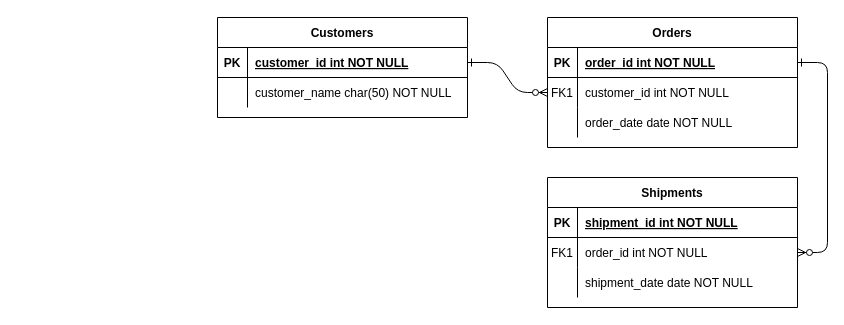
Before: stage-02-django/Untitled Diagram.drawio in ikeasamoahansah/HNGx-internship, a draw.io diagram. Source tidied: cells renumbered, new cells numbered last; positions are measured from the earlier drawing's top-left corner, leaving out a move shared by most shapes. Both pictures are drawn from the tidied source at 100%, with x=0, y=0 at pixel (217, 17).
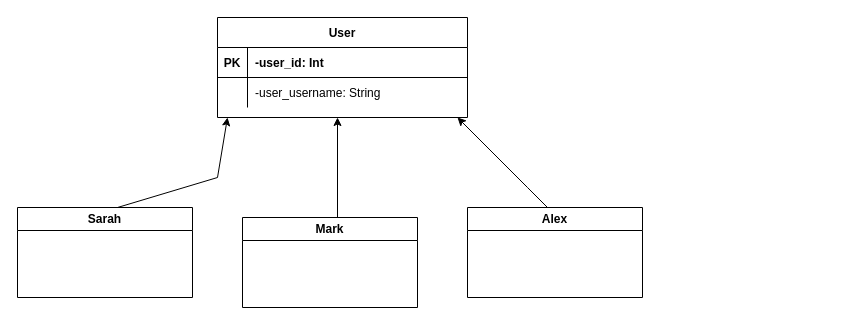
Above is the later version.

Unchanged cells that the change refers to:
```xml
<mxCell id="25" style="shape=partialRectangle;fillColor=none;points=[[0,0.5],[1,0.5]];portConstraint=eastwest;top=0;left=0;right=0;bottom=1;" parent="24" vertex="1">
  <mxGeometry y="30" width="250" height="30" as="geometry" />
</mxCell>
<mxCell id="28" style="shape=partialRectangle;fillColor=none;top=0;left=0;right=0;bottom=0;" parent="24" vertex="1">
  <mxGeometry y="60" width="250" height="30" as="geometry" />
</mxCell>
```

Diff of the diagram source:
```diff
@@
-    <mxCell id="2" style="edgeStyle=entityRelationEdgeStyle;endArrow=ERzeroToMany;startArrow=ERone;endFill=1;startFill=0;" parent="1" edge="1" source="25" target="8">
-      <mxGeometry relative="1" as="geometry" />
-    </mxCell>
-    <mxCell id="3" style="edgeStyle=entityRelationEdgeStyle;endArrow=ERzeroToMany;startArrow=ERone;endFill=1;startFill=0;" parent="1" edge="1" source="5" target="18">
-      <mxGeometry relative="1" as="geometry" />
-    </mxCell>
-    <mxCell id="4" value="Orders" style="shape=table;startSize=30;childLayout=tableLayout;rowLines=0;fontStyle=1;align=center;" parent="1" vertex="1">
-      <mxGeometry x="330" width="250" height="130" as="geometry" />
-    </mxCell>
-    <mxCell id="5" style="shape=partialRectangle;fillColor=none;points=[[0,0.5],[1,0.5]];portConstraint=eastwest;top=0;left=0;right=0;bottom=1;" parent="4" vertex="1">
-      <mxGeometry y="30" width="250" height="30" as="geometry" />
-    </mxCell>
-    <mxCell id="6" value="PK" style="shape=partialRectangle;overflow=hidden;fillColor=none;top=0;left=0;bottom=0;right=0;fontStyle=1;" parent="5" vertex="1">
-      <mxGeometry width="30" height="30" as="geometry" />
-    </mxCell>
-    <mxCell id="7" value="order_id int NOT NULL " style="shape=partialRectangle;overflow=hidden;fillColor=none;top=0;left=0;bottom=0;right=0;align=left;spacingLeft=6;fontStyle=5;" parent="5" vertex="1">
-      <mxGeometry x="30" width="220" height="30" as="geometry" />
-    </mxCell>
-    <mxCell id="8" style="shape=partialRectangle;fillColor=none;points=[[0,0.5],[1,0.5]];portConstraint=eastwest;top=0;left=0;right=0;bottom=0;" parent="4" vertex="1">
-      <mxGeometry y="60" width="250" height="30" as="geometry" />
-    </mxCell>
-    <mxCell id="9" value="FK1" style="shape=partialRectangle;overflow=hidden;fillColor=none;top=0;left=0;bottom=0;right=0;" parent="8" vertex="1">
-      <mxGeometry width="30" height="30" as="geometry" />
-    </mxCell>
-    <mxCell id="10" value="customer_id int NOT NULL" style="shape=partialRectangle;overflow=hidden;fillColor=none;top=0;left=0;bottom=0;right=0;align=left;spacingLeft=6;" parent="8" vertex="1">
-      <mxGeometry x="30" width="220" height="30" as="geometry" />
-    </mxCell>
-    <mxCell id="11" style="shape=partialRectangle;fillColor=none;top=0;left=0;right=0;bottom=0;" parent="4" vertex="1">
-      <mxGeometry y="90" width="250" height="30" as="geometry" />
-    </mxCell>
-    <mxCell id="12" style="shape=partialRectangle;overflow=hidden;fillColor=none;top=0;left=0;bottom=0;right=0;" parent="11" vertex="1">
-      <mxGeometry width="30" height="30" as="geometry" />
-    </mxCell>
-    <mxCell id="13" value="order_date date NOT NULL" style="shape=partialRectangle;overflow=hidden;fillColor=none;top=0;left=0;bottom=0;right=0;align=left;spacingLeft=6;" parent="11" vertex="1">
-      <mxGeometry x="30" width="220" height="30" as="geometry" />
-    </mxCell>
-    <mxCell id="14" value="Shipments" style="shape=table;startSize=30;childLayout=tableLayout;rowLines=0;fontStyle=1;align=center;" parent="1" vertex="1">
-      <mxGeometry x="330" y="160" width="250" height="130" as="geometry" />
-    </mxCell>
-    <mxCell id="15" style="shape=partialRectangle;fillColor=none;top=0;left=0;right=0;bottom=1;" parent="14" vertex="1">
-      <mxGeometry y="30" width="250" height="30" as="geometry" />
-    </mxCell>
-    <mxCell id="16" value="PK" style="shape=partialRectangle;overflow=hidden;fillColor=none;top=0;left=0;bottom=0;right=0;fontStyle=1;" parent="15" vertex="1">
-      <mxGeometry width="30" height="30" as="geometry" />
-    </mxCell>
-    <mxCell id="17" value="shipment_id int NOT NULL " style="shape=partialRectangle;overflow=hidden;fillColor=none;top=0;left=0;bottom=0;right=0;align=left;spacingLeft=6;fontStyle=5;" parent="15" vertex="1">
-      <mxGeometry x="30" width="220" height="30" as="geometry" />
-    </mxCell>
-    <mxCell id="18" style="shape=partialRectangle;fillColor=none;points=[[0,0.5],[1,0.5]];portConstraint=eastwest;top=0;left=0;right=0;bottom=0;" parent="14" vertex="1">
-      <mxGeometry y="60" width="250" height="30" as="geometry" />
-    </mxCell>
-    <mxCell id="19" value="FK1" style="shape=partialRectangle;overflow=hidden;fillColor=none;top=0;left=0;bottom=0;right=0;" parent="18" vertex="1">
-      <mxGeometry width="30" height="30" as="geometry" />
-    </mxCell>
-    <mxCell id="20" value="order_id int NOT NULL" style="shape=partialRectangle;overflow=hidden;fillColor=none;top=0;left=0;bottom=0;right=0;align=left;spacingLeft=6;" parent="18" vertex="1">
-      <mxGeometry x="30" width="220" height="30" as="geometry" />
-    </mxCell>
-    <mxCell id="21" style="shape=partialRectangle;fillColor=none;top=0;left=0;right=0;bottom=0;" parent="14" vertex="1">
-      <mxGeometry y="90" width="250" height="30" as="geometry" />
-    </mxCell>
-    <mxCell id="22" style="shape=partialRectangle;overflow=hidden;fillColor=none;top=0;left=0;bottom=0;right=0;" parent="21" vertex="1">
-      <mxGeometry width="30" height="30" as="geometry" />
-    </mxCell>
-    <mxCell id="23" value="shipment_date date NOT NULL" style="shape=partialRectangle;overflow=hidden;fillColor=none;top=0;left=0;bottom=0;right=0;align=left;spacingLeft=6;" parent="21" vertex="1">
-      <mxGeometry x="30" width="220" height="30" as="geometry" />
-    </mxCell>
-    <mxCell id="24" value="Customers" style="shape=table;startSize=30;childLayout=tableLayout;rowLines=0;fontStyle=1;align=center;" parent="1" vertex="1">
+    <mxCell id="24" value="User" style="shape=table;startSize=30;childLayout=tableLayout;rowLines=0;fontStyle=1;align=center;" parent="1" vertex="1">
       <mxGeometry width="250" height="100" as="geometry" />
     </mxCell>
@@
-    <mxCell id="27" value="customer_id int NOT NULL " style="shape=partialRectangle;overflow=hidden;fillColor=none;top=0;left=0;bottom=0;right=0;align=left;spacingLeft=6;fontStyle=5;" parent="25" vertex="1">
+    <mxCell id="27" value="-user_id: Int" style="shape=partialRectangle;overflow=hidden;fillColor=none;top=0;left=0;bottom=0;right=0;align=left;spacingLeft=6;fontStyle=1;" parent="25" vertex="1">
       <mxGeometry x="30" width="220" height="30" as="geometry" />
     </mxCell>
@@
-    <mxCell id="30" value="customer_name char(50) NOT NULL" style="shape=partialRectangle;overflow=hidden;fillColor=none;top=0;left=0;bottom=0;right=0;align=left;spacingLeft=6;" parent="28" vertex="1">
+    <mxCell id="30" value="-user_username: String" style="shape=partialRectangle;overflow=hidden;fillColor=none;top=0;left=0;bottom=0;right=0;align=left;spacingLeft=6;" parent="28" vertex="1">
       <mxGeometry x="30" width="220" height="30" as="geometry" />
     </mxCell>
+    <mxCell id="31" value="Mark" style="swimlane;whiteSpace=wrap;html=1;" parent="1" vertex="1">
+      <mxGeometry x="25" y="200" width="175" height="90" as="geometry" />
+    </mxCell>
+    <mxCell id="32" style="endArrow=classic;html=1;rounded=0;" parent="1" edge="1">
+      <mxGeometry relative="1" as="geometry">
+        <mxPoint x="120" y="200" as="sourcePoint" />
+        <mxPoint x="120" y="100" as="targetPoint" />
+      </mxGeometry>
+    </mxCell>
+    <mxCell id="33" value="Sarah" style="swimlane;whiteSpace=wrap;html=1;" parent="1" vertex="1">
+      <mxGeometry x="-200" y="190" width="175" height="90" as="geometry" />
+    </mxCell>
+    <mxCell id="34" value="Alex" style="swimlane;whiteSpace=wrap;html=1;startSize=23;" parent="1" vertex="1">
+      <mxGeometry x="250" y="190" width="175" height="90" as="geometry" />
+    </mxCell>
+    <mxCell id="35" style="endArrow=classic;html=1;rounded=0;" parent="1" edge="1">
+      <mxGeometry relative="1" as="geometry">
+        <mxPoint x="-100" y="190" as="sourcePoint" />
+        <mxPoint x="10" y="100" as="targetPoint" />
+        <Array as="points">
+          <mxPoint y="160" />
+        </Array>
+      </mxGeometry>
+    </mxCell>
+    <mxCell id="36" style="endArrow=classic;html=1;rounded=0;" parent="1" edge="1">
+      <mxGeometry relative="1" as="geometry">
+        <mxPoint x="330" y="190" as="sourcePoint" />
+        <mxPoint x="240" y="100" as="targetPoint" />
+        <Array as="points">
+          <mxPoint x="310" y="170" />
+        </Array>
+      </mxGeometry>
+    </mxCell>
```
